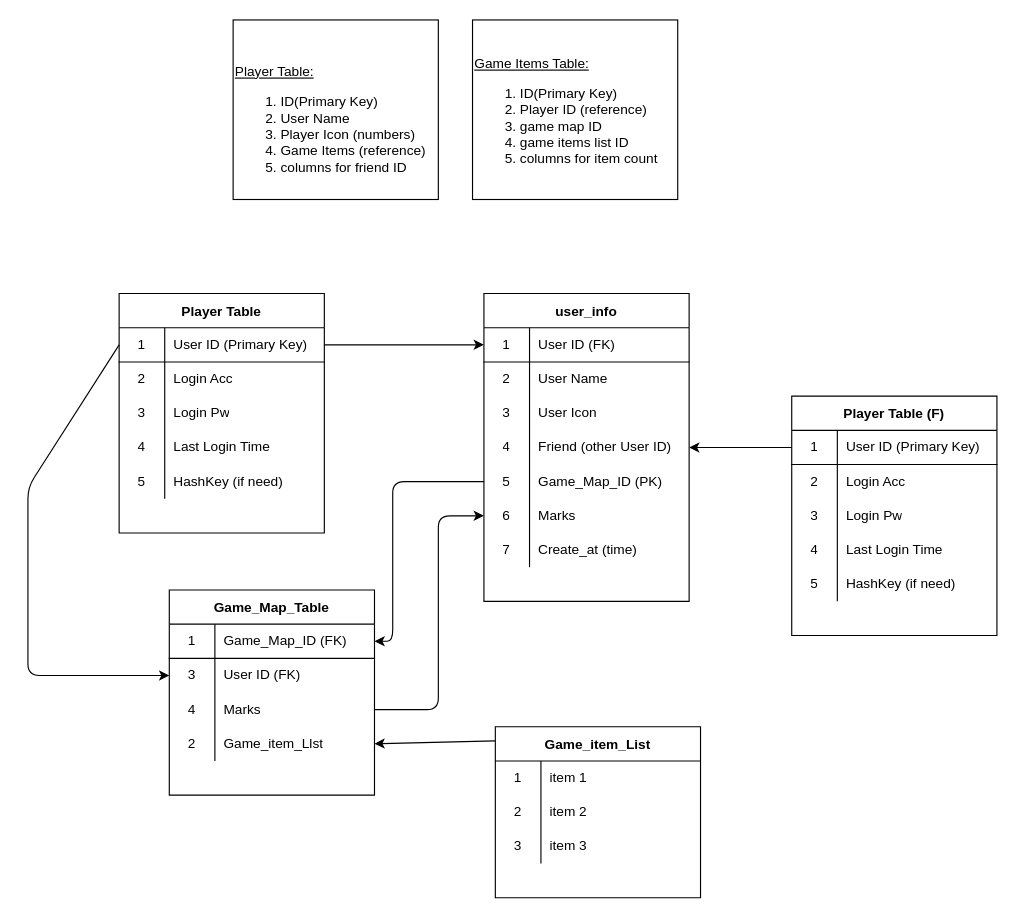
The draw.io diagram page "DataBase_DIO_v1" (2 of 2) of Read_Me/Design.drawio in HarryAtWorld/Tecky_Pixel_Farm, before the edit. Source tidied: cells renumbered, new cells numbered last; positions are measured from the earlier drawing's top-left corner, leaving out a move shared by most shapes. Both pictures are drawn from the tidied source at 114%, with x=0, y=0 at pixel (27, 19).
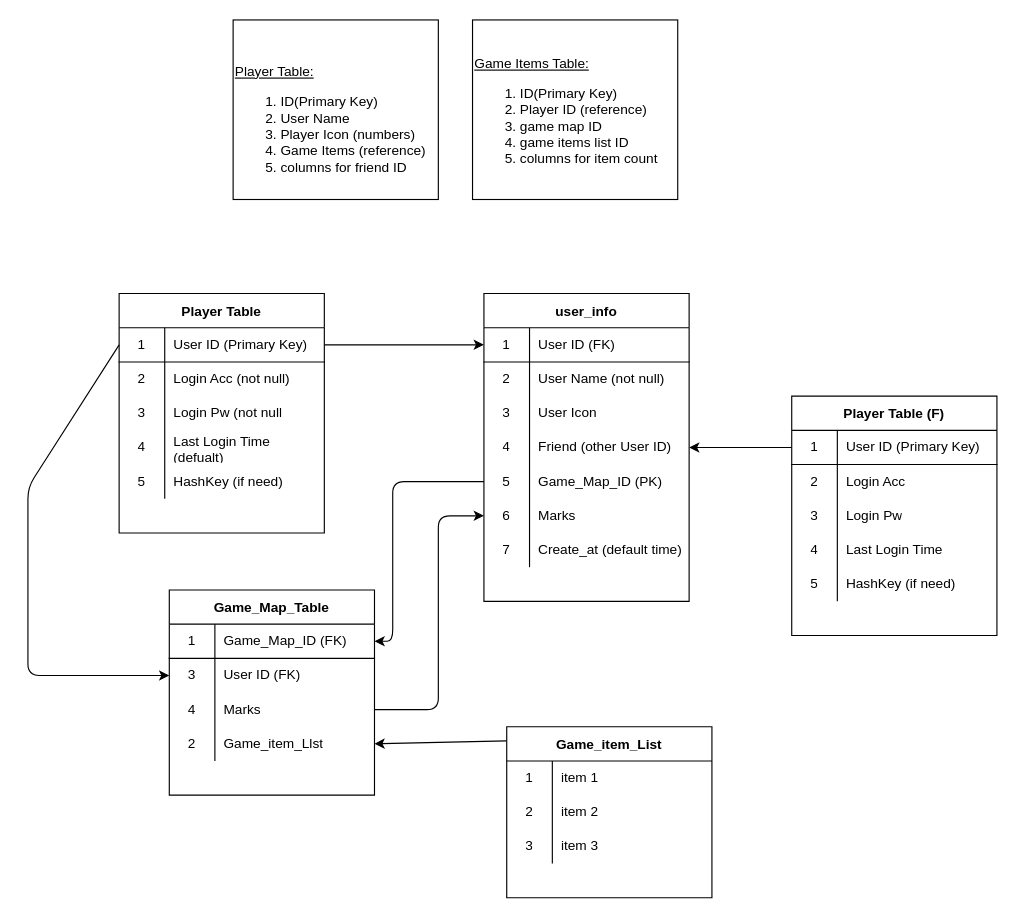
The same page after the edit.

The change refers to these unchanged cells:
```xml
<mxCell id="8" style="shape=partialRectangle;html=1;whiteSpace=wrap;fillColor=none;top=0;left=0;bottom=0;right=0;" parent="4" vertex="1">
  <mxGeometry y="60" width="180" height="30" as="geometry" />
</mxCell>
<mxCell id="11" style="shape=partialRectangle;html=1;whiteSpace=wrap;fillColor=none;top=0;left=0;bottom=0;right=0;" parent="4" vertex="1">
  <mxGeometry y="90" width="180" height="30" as="geometry" />
</mxCell>
<mxCell id="14" style="shape=partialRectangle;html=1;whiteSpace=wrap;fillColor=none;top=0;left=0;bottom=0;right=0;" parent="4" vertex="1">
  <mxGeometry y="120" width="180" height="30" as="geometry" />
</mxCell>
<mxCell id="24" style="shape=partialRectangle;html=1;whiteSpace=wrap;fillColor=none;top=0;left=0;bottom=0;right=0;" parent="20" vertex="1">
  <mxGeometry y="60" width="180" height="30" as="geometry" />
</mxCell>
<mxCell id="39" style="shape=partialRectangle;html=1;whiteSpace=wrap;fillColor=none;top=0;left=0;bottom=0;right=0;" parent="20" vertex="1">
  <mxGeometry y="210" width="180" height="30" as="geometry" />
</mxCell>
```

Diff of the diagram source:
```diff
@@
-    <mxCell id="10" value="Login Acc" style="shape=partialRectangle;html=1;whiteSpace=wrap;fillColor=none;top=0;left=0;bottom=0;right=0;align=left;spacingLeft=6;overflow=hidden;" parent="8" vertex="1">
+    <mxCell id="10" value="Login Acc (not null)" style="shape=partialRectangle;html=1;whiteSpace=wrap;fillColor=none;top=0;left=0;bottom=0;right=0;align=left;spacingLeft=6;overflow=hidden;" parent="8" vertex="1">
       <mxGeometry x="40" width="140" height="30" as="geometry" />
     </mxCell>
@@
-    <mxCell id="13" value="Login Pw" style="shape=partialRectangle;html=1;whiteSpace=wrap;fillColor=none;top=0;left=0;bottom=0;right=0;align=left;spacingLeft=6;overflow=hidden;" parent="11" vertex="1">
+    <mxCell id="13" value="Login Pw (not null" style="shape=partialRectangle;html=1;whiteSpace=wrap;fillColor=none;top=0;left=0;bottom=0;right=0;align=left;spacingLeft=6;overflow=hidden;" parent="11" vertex="1">
       <mxGeometry x="40" width="140" height="30" as="geometry" />
     </mxCell>
@@
-    <mxCell id="16" value="Last Login Time" style="shape=partialRectangle;html=1;whiteSpace=wrap;fillColor=none;top=0;left=0;bottom=0;right=0;align=left;spacingLeft=6;overflow=hidden;" parent="14" vertex="1">
+    <mxCell id="16" value="Last Login Time (defualt)" style="shape=partialRectangle;html=1;whiteSpace=wrap;fillColor=none;top=0;left=0;bottom=0;right=0;align=left;spacingLeft=6;overflow=hidden;" parent="14" vertex="1">
       <mxGeometry x="40" width="140" height="30" as="geometry" />
     </mxCell>
@@
-    <mxCell id="26" value="User Name" style="shape=partialRectangle;html=1;whiteSpace=wrap;fillColor=none;top=0;left=0;bottom=0;right=0;align=left;spacingLeft=6;overflow=hidden;" parent="24" vertex="1">
+    <mxCell id="26" value="User Name (not null)" style="shape=partialRectangle;html=1;whiteSpace=wrap;fillColor=none;top=0;left=0;bottom=0;right=0;align=left;spacingLeft=6;overflow=hidden;" parent="24" vertex="1">
       <mxGeometry x="40" width="140" height="30" as="geometry" />
     </mxCell>
@@
-    <mxCell id="41" value="Create_at (time)" style="shape=partialRectangle;html=1;whiteSpace=wrap;fillColor=none;top=0;left=0;bottom=0;right=0;align=left;spacingLeft=6;overflow=hidden;" parent="39" vertex="1">
+    <mxCell id="41" value="Create_at (default time)" style="shape=partialRectangle;html=1;whiteSpace=wrap;fillColor=none;top=0;left=0;bottom=0;right=0;align=left;spacingLeft=6;overflow=hidden;" parent="39" vertex="1">
       <mxGeometry x="40" width="140" height="30" as="geometry" />
     </mxCell>
@@
     <mxCell id="58" value="Game_item_List" style="shape=table;startSize=30;childLayout=tableLayout;rowLines=0;fontStyle=1;align=center;" parent="1" vertex="1">
-      <mxGeometry x="410" y="620" width="180" height="150" as="geometry" />
+      <mxGeometry x="420" y="620" width="180" height="150" as="geometry" />
     </mxCell>
```
